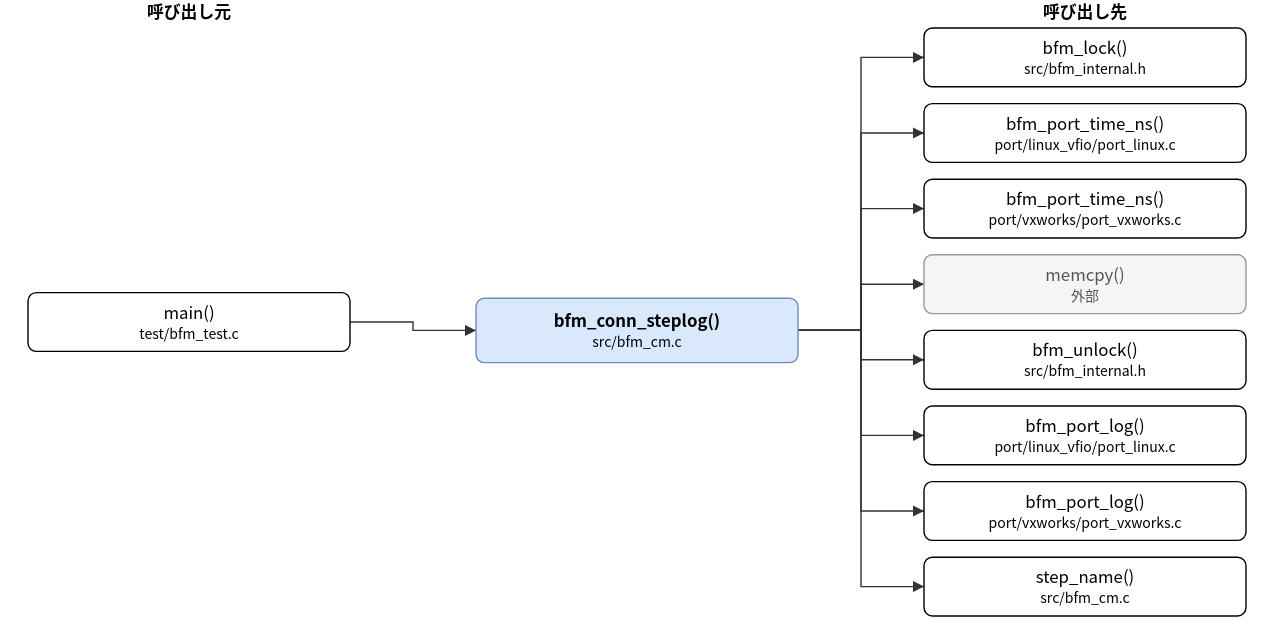
Above: doc/spec/images/call_src_bfm_cm-bfm_conn_steplog.drawio.svg in hf355051012-ai/bfmem (draw.io), before the change. Source tidied: cells renumbered, new cells last; positions are measured from the earlier drawing's top-left corner, leaving out a move shared by most shapes.
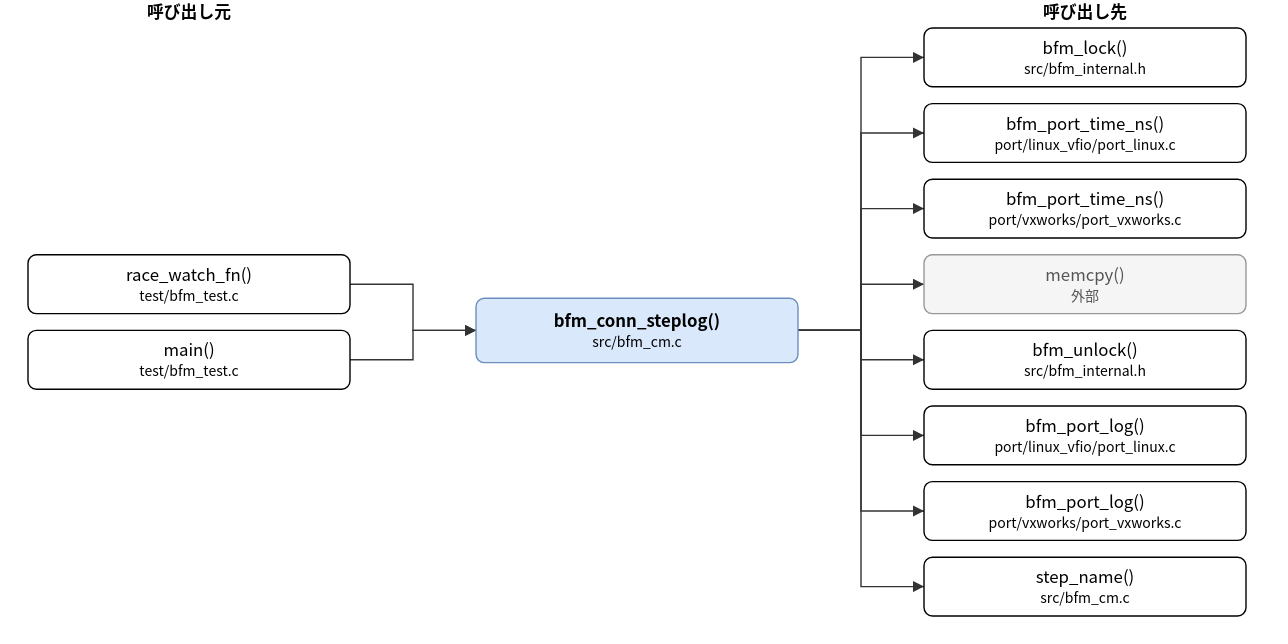
After the commit.

Diff of the diagram source:
```diff
@@ -5,9 +5,12 @@
     <mxCell id="2" value="bfm_conn_steplog()&lt;br&gt;&lt;font style=&quot;font-size:10px&quot;&gt;src/bfm_cm.c&lt;/font&gt;" style="rounded=1;whiteSpace=wrap;html=1;fillColor=#dae8fc;strokeColor=#6c8ebf;fontStyle=1;" parent="1" vertex="1">
       <mxGeometry x="320" y="213" width="230" height="46" as="geometry" />
     </mxCell>
-    <mxCell id="3" value="main()&lt;br&gt;&lt;font style=&quot;font-size:10px&quot;&gt;test/bfm_test.c&lt;/font&gt;" style="rounded=1;whiteSpace=wrap;html=1;" parent="1" vertex="1">
-      <mxGeometry y="209" width="230" height="42" as="geometry" />
+    <mxCell id="3" value="race_watch_fn()&lt;br&gt;&lt;font style=&quot;font-size:10px&quot;&gt;test/bfm_test.c&lt;/font&gt;" style="rounded=1;whiteSpace=wrap;html=1;" parent="1" vertex="1">
+      <mxGeometry y="182" width="230" height="42" as="geometry" />
     </mxCell>
+    <mxCell id="23" value="main()&lt;br&gt;&lt;font style=&quot;font-size:10px&quot;&gt;test/bfm_test.c&lt;/font&gt;" style="rounded=1;whiteSpace=wrap;html=1;" parent="1" vertex="1">
+      <mxGeometry y="236" width="230" height="42" as="geometry" />
+    </mxCell>
     <mxCell id="4" value="bfm_lock()&lt;br&gt;&lt;font style=&quot;font-size:10px&quot;&gt;src/bfm_internal.h&lt;/font&gt;" style="rounded=1;whiteSpace=wrap;html=1;" parent="1" vertex="1">
       <mxGeometry x="640" y="20" width="230" height="42" as="geometry" />
     </mxCell>
@@ -35,75 +38,83 @@
     <mxCell id="12" style="edgeStyle=none;html=1;rounded=0;endArrow=block;endFill=1;exitX=1.0000;exitY=0.5000;exitDx=0;exitDy=0;exitPerimeter=0;entryX=0.0000;entryY=0.5000;entryDx=0;entryDy=0;entryPerimeter=0;" parent="1" edge="1" source="3" target="2">
       <mxGeometry relative="1" as="geometry">
         <Array as="points">
-          <mxPoint x="275" y="230" />
+          <mxPoint x="275" y="203" />
           <mxPoint x="275" y="236" />
         </Array>
       </mxGeometry>
     </mxCell>
-    <mxCell id="13" style="edgeStyle=none;html=1;rounded=0;endArrow=block;endFill=1;exitX=1.0000;exitY=0.5000;exitDx=0;exitDy=0;exitPerimeter=0;entryX=0.0000;entryY=0.5000;entryDx=0;entryDy=0;entryPerimeter=0;" parent="1" edge="1" source="2" target="4">
+    <mxCell id="13" style="edgeStyle=none;html=1;rounded=0;endArrow=block;endFill=1;exitX=1.0000;exitY=0.5000;exitDx=0;exitDy=0;exitPerimeter=0;entryX=0.0000;entryY=0.5000;entryDx=0;entryDy=0;entryPerimeter=0;" parent="1" edge="1" source="23" target="2">
       <mxGeometry relative="1" as="geometry">
         <Array as="points">
-          <mxPoint x="595" y="236" />
-          <mxPoint x="595" y="41" />
+          <mxPoint x="275" y="257" />
+          <mxPoint x="275" y="236" />
         </Array>
       </mxGeometry>
     </mxCell>
-    <mxCell id="14" style="edgeStyle=none;html=1;rounded=0;endArrow=block;endFill=1;exitX=1.0000;exitY=0.5000;exitDx=0;exitDy=0;exitPerimeter=0;entryX=0.0000;entryY=0.5000;entryDx=0;entryDy=0;entryPerimeter=0;" parent="1" edge="1" source="2" target="5">
+    <mxCell id="14" style="edgeStyle=none;html=1;rounded=0;endArrow=block;endFill=1;exitX=1.0000;exitY=0.5000;exitDx=0;exitDy=0;exitPerimeter=0;entryX=0.0000;entryY=0.5000;entryDx=0;entryDy=0;entryPerimeter=0;" parent="1" edge="1" source="2" target="4">
       <mxGeometry relative="1" as="geometry">
         <Array as="points">
           <mxPoint x="595" y="236" />
-          <mxPoint x="595" y="95" />
+          <mxPoint x="595" y="41" />
         </Array>
       </mxGeometry>
     </mxCell>
-    <mxCell id="15" style="edgeStyle=none;html=1;rounded=0;endArrow=block;endFill=1;exitX=1.0000;exitY=0.5000;exitDx=0;exitDy=0;exitPerimeter=0;entryX=0.0000;entryY=0.5000;entryDx=0;entryDy=0;entryPerimeter=0;" parent="1" edge="1" source="2" target="6">
+    <mxCell id="15" style="edgeStyle=none;html=1;rounded=0;endArrow=block;endFill=1;exitX=1.0000;exitY=0.5000;exitDx=0;exitDy=0;exitPerimeter=0;entryX=0.0000;entryY=0.5000;entryDx=0;entryDy=0;entryPerimeter=0;" parent="1" edge="1" source="2" target="5">
       <mxGeometry relative="1" as="geometry">
         <Array as="points">
           <mxPoint x="595" y="236" />
-          <mxPoint x="595" y="149" />
+          <mxPoint x="595" y="95" />
         </Array>
       </mxGeometry>
     </mxCell>
-    <mxCell id="16" style="edgeStyle=none;html=1;rounded=0;endArrow=block;endFill=1;exitX=1.0000;exitY=0.5000;exitDx=0;exitDy=0;exitPerimeter=0;entryX=0.0000;entryY=0.5000;entryDx=0;entryDy=0;entryPerimeter=0;" parent="1" edge="1" source="2" target="7">
+    <mxCell id="16" style="edgeStyle=none;html=1;rounded=0;endArrow=block;endFill=1;exitX=1.0000;exitY=0.5000;exitDx=0;exitDy=0;exitPerimeter=0;entryX=0.0000;entryY=0.5000;entryDx=0;entryDy=0;entryPerimeter=0;" parent="1" edge="1" source="2" target="6">
       <mxGeometry relative="1" as="geometry">
         <Array as="points">
           <mxPoint x="595" y="236" />
-          <mxPoint x="595" y="203" />
+          <mxPoint x="595" y="149" />
         </Array>
       </mxGeometry>
     </mxCell>
-    <mxCell id="17" style="edgeStyle=none;html=1;rounded=0;endArrow=block;endFill=1;exitX=1.0000;exitY=0.5000;exitDx=0;exitDy=0;exitPerimeter=0;entryX=0.0000;entryY=0.5000;entryDx=0;entryDy=0;entryPerimeter=0;" parent="1" edge="1" source="2" target="8">
+    <mxCell id="17" style="edgeStyle=none;html=1;rounded=0;endArrow=block;endFill=1;exitX=1.0000;exitY=0.5000;exitDx=0;exitDy=0;exitPerimeter=0;entryX=0.0000;entryY=0.5000;entryDx=0;entryDy=0;entryPerimeter=0;" parent="1" edge="1" source="2" target="7">
       <mxGeometry relative="1" as="geometry">
         <Array as="points">
           <mxPoint x="595" y="236" />
-          <mxPoint x="595" y="257" />
+          <mxPoint x="595" y="203" />
         </Array>
       </mxGeometry>
     </mxCell>
-    <mxCell id="18" style="edgeStyle=none;html=1;rounded=0;endArrow=block;endFill=1;exitX=1.0000;exitY=0.5000;exitDx=0;exitDy=0;exitPerimeter=0;entryX=0.0000;entryY=0.5000;entryDx=0;entryDy=0;entryPerimeter=0;" parent="1" edge="1" source="2" target="9">
+    <mxCell id="18" style="edgeStyle=none;html=1;rounded=0;endArrow=block;endFill=1;exitX=1.0000;exitY=0.5000;exitDx=0;exitDy=0;exitPerimeter=0;entryX=0.0000;entryY=0.5000;entryDx=0;entryDy=0;entryPerimeter=0;" parent="1" edge="1" source="2" target="8">
       <mxGeometry relative="1" as="geometry">
         <Array as="points">
           <mxPoint x="595" y="236" />
-          <mxPoint x="595" y="311" />
+          <mxPoint x="595" y="257" />
         </Array>
       </mxGeometry>
     </mxCell>
-    <mxCell id="19" style="edgeStyle=none;html=1;rounded=0;endArrow=block;endFill=1;exitX=1.0000;exitY=0.5000;exitDx=0;exitDy=0;exitPerimeter=0;entryX=0.0000;entryY=0.5000;entryDx=0;entryDy=0;entryPerimeter=0;" parent="1" edge="1" source="2" target="10">
+    <mxCell id="19" style="edgeStyle=none;html=1;rounded=0;endArrow=block;endFill=1;exitX=1.0000;exitY=0.5000;exitDx=0;exitDy=0;exitPerimeter=0;entryX=0.0000;entryY=0.5000;entryDx=0;entryDy=0;entryPerimeter=0;" parent="1" edge="1" source="2" target="9">
       <mxGeometry relative="1" as="geometry">
         <Array as="points">
           <mxPoint x="595" y="236" />
-          <mxPoint x="595" y="365" />
+          <mxPoint x="595" y="311" />
         </Array>
       </mxGeometry>
     </mxCell>
-    <mxCell id="20" style="edgeStyle=none;html=1;rounded=0;endArrow=block;endFill=1;exitX=1.0000;exitY=0.5000;exitDx=0;exitDy=0;exitPerimeter=0;entryX=0.0000;entryY=0.5000;entryDx=0;entryDy=0;entryPerimeter=0;" parent="1" edge="1" source="2" target="11">
+    <mxCell id="20" style="edgeStyle=none;html=1;rounded=0;endArrow=block;endFill=1;exitX=1.0000;exitY=0.5000;exitDx=0;exitDy=0;exitPerimeter=0;entryX=0.0000;entryY=0.5000;entryDx=0;entryDy=0;entryPerimeter=0;" parent="1" edge="1" source="2" target="10">
       <mxGeometry relative="1" as="geometry">
         <Array as="points">
           <mxPoint x="595" y="236" />
-          <mxPoint x="595" y="419" />
+          <mxPoint x="595" y="365" />
         </Array>
       </mxGeometry>
     </mxCell>
+    <mxCell id="24" style="edgeStyle=none;html=1;rounded=0;endArrow=block;endFill=1;exitX=1.0000;exitY=0.5000;exitDx=0;exitDy=0;exitPerimeter=0;entryX=0.0000;entryY=0.5000;entryDx=0;entryDy=0;entryPerimeter=0;" parent="1" edge="1" source="2" target="11">
+      <mxGeometry relative="1" as="geometry">
+        <Array as="points">
+          <mxPoint x="595" y="236" />
+          <mxPoint x="595" y="419" />
+        </Array>
+      </mxGeometry>
+    </mxCell>
     <mxCell id="21" value="呼び出し元" style="text;html=1;align=center;fontStyle=1;" parent="1" vertex="1">
       <mxGeometry x="35" width="160" height="18" as="geometry" />
     </mxCell>
```
